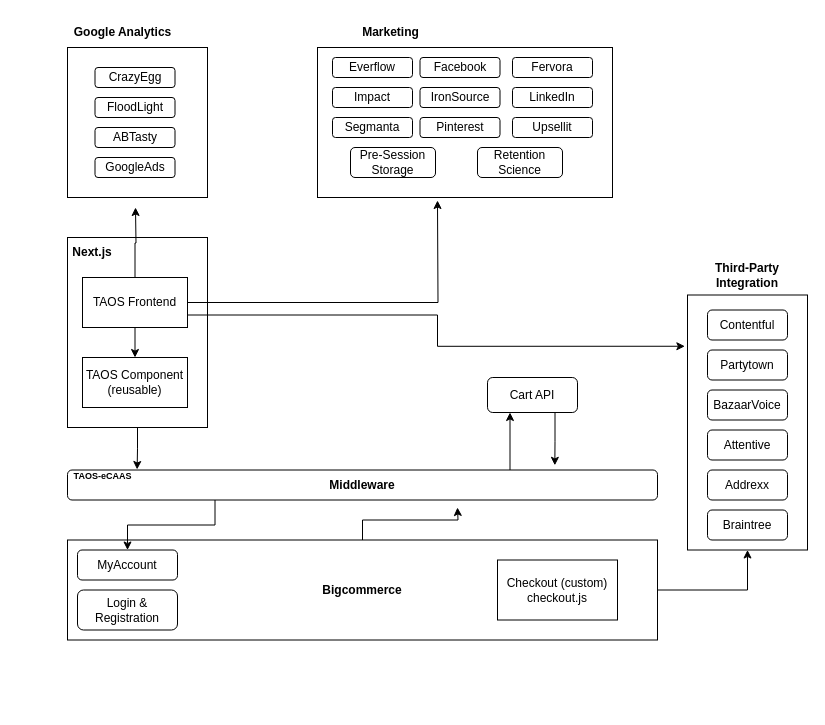
akanksha-61087268/drawio keeps this draw.io diagram as page "TAOS-Existing v2" (2 of 3) of TAOS/TAOS-Existing.drawio. Above is the earlier version. Source tidied: cells renumbered, new cells numbered last; positions are measured from the earlier drawing's top-left corner, leaving out a move shared by most shapes. Both pictures are drawn from the tidied source at 100%, with x=0, y=0 at pixel (62, 17).
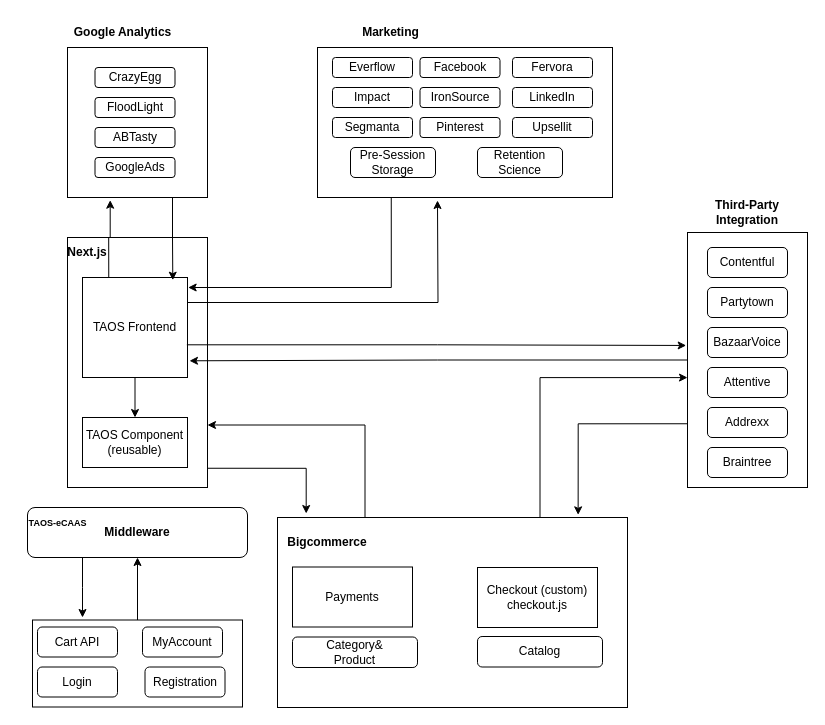
The same diagram, later.

The change refers to these unchanged cells:
```xml
<mxCell id="18" style="rounded=0;whiteSpace=wrap;html=1;" parent="1" vertex="1">
  <mxGeometry x="5" y="30" width="140" height="150" as="geometry" />
</mxCell>
<mxCell id="21" style="rounded=0;whiteSpace=wrap;html=1;" parent="1" vertex="1">
  <mxGeometry x="255" y="30" width="295" height="150" as="geometry" />
</mxCell>
```

Diff of the diagram source:
```diff
@@
     <mxCell id="2" style="rounded=0;whiteSpace=wrap;html=1;" parent="1" vertex="1">
-      <mxGeometry x="5" y="220" width="140" height="190" as="geometry" />
+      <mxGeometry x="5" y="220" width="140" height="250" as="geometry" />
     </mxCell>
-    <mxCell id="3" style="edgeStyle=orthogonalEdgeStyle;rounded=0;jettySize=auto;html=1;exitX=1;exitY=0.5;exitDx=0;exitDy=0;entryX=0.5;entryY=1;entryDx=0;entryDy=0;" parent="1" edge="1" source="5" target="11">
+    <mxCell id="3" style="edgeStyle=orthogonalEdgeStyle;rounded=0;jettySize=auto;html=1;exitX=0.75;exitY=0;exitDx=0;exitDy=0;entryX=0;entryY=0.569;entryDx=0;entryDy=0;entryPerimeter=0;" parent="1" edge="1" source="5" target="11">
       <mxGeometry relative="1" as="geometry" />
     </mxCell>
-    <mxCell id="4" style="edgeStyle=orthogonalEdgeStyle;rounded=0;jettySize=auto;html=1;exitX=0.5;exitY=0;exitDx=0;exitDy=0;" parent="1" edge="1" source="5">
-      <mxGeometry relative="1" as="geometry">
-        <mxPoint x="395" y="490" as="targetPoint" />
-      </mxGeometry>
-    </mxCell>
-    <mxCell id="5" value="&lt;b&gt;Bigcommerce&lt;/b&gt;" style="rounded=0;whiteSpace=wrap;html=1;" parent="1" vertex="1">
-      <mxGeometry x="5" y="522.5" width="590" height="100" as="geometry" />
+    <mxCell id="5" style="rounded=0;whiteSpace=wrap;html=1;" parent="1" vertex="1">
+      <mxGeometry x="215" y="500" width="350" height="190" as="geometry" />
     </mxCell>
-    <mxCell id="6" style="edgeStyle=orthogonalEdgeStyle;rounded=0;jettySize=auto;html=1;exitX=0.75;exitY=0;exitDx=0;exitDy=0;entryX=0.25;entryY=1;entryDx=0;entryDy=0;" parent="1" edge="1" source="8" target="9">
-      <mxGeometry relative="1" as="geometry" />
-    </mxCell>
-    <mxCell id="7" style="edgeStyle=orthogonalEdgeStyle;rounded=0;jettySize=auto;html=1;exitX=0.25;exitY=1;exitDx=0;exitDy=0;entryX=0.5;entryY=0;entryDx=0;entryDy=0;" parent="1" edge="1" source="8" target="38">
-      <mxGeometry relative="1" as="geometry" />
-    </mxCell>
+    <mxCell id="50" style="edgeStyle=orthogonalEdgeStyle;rounded=0;jettySize=auto;html=1;exitX=0.25;exitY=1;exitDx=0;exitDy=0;" parent="1" edge="1" source="8">
+      <mxGeometry relative="1" as="geometry">
+        <mxPoint x="20" y="600" as="targetPoint" />
+      </mxGeometry>
+    </mxCell>
     <mxCell id="8" value="&lt;b&gt;Middleware&lt;/b&gt;" style="rounded=1;whiteSpace=wrap;html=1;" parent="1" vertex="1">
-      <mxGeometry x="5" y="452.5" width="590" height="30" as="geometry" />
+      <mxGeometry x="-35" y="490" width="220" height="50" as="geometry" />
     </mxCell>
-    <mxCell id="9" value="Cart API" style="rounded=1;whiteSpace=wrap;html=1;" parent="1" vertex="1">
-      <mxGeometry x="425" y="360" width="90" height="35" as="geometry" />
-    </mxCell>
     <mxCell id="10" value="Checkout (custom)&lt;br&gt;checkout.js" style="rounded=0;whiteSpace=wrap;html=1;" parent="1" vertex="1">
-      <mxGeometry x="435" y="542.5" width="120" height="60" as="geometry" />
+      <mxGeometry x="415" y="550" width="120" height="60" as="geometry" />
     </mxCell>
     <mxCell id="11" style="rounded=0;whiteSpace=wrap;html=1;" parent="1" vertex="1">
-      <mxGeometry x="625" y="277.5" width="120" height="255" as="geometry" />
+      <mxGeometry x="625" y="215" width="120" height="255" as="geometry" />
     </mxCell>
     <mxCell id="12" value="Contentful" style="rounded=1;whiteSpace=wrap;html=1;" parent="1" vertex="1">
-      <mxGeometry x="645" y="292.5" width="80" height="30" as="geometry" />
+      <mxGeometry x="645" y="230" width="80" height="30" as="geometry" />
     </mxCell>
     <mxCell id="13" value="Partytown" style="rounded=1;whiteSpace=wrap;html=1;" parent="1" vertex="1">
-      <mxGeometry x="645" y="332.5" width="80" height="30" as="geometry" />
+      <mxGeometry x="645" y="270" width="80" height="30" as="geometry" />
     </mxCell>
     <mxCell id="14" value="BazaarVoice" style="rounded=1;whiteSpace=wrap;html=1;" parent="1" vertex="1">
-      <mxGeometry x="645" y="372.5" width="80" height="30" as="geometry" />
+      <mxGeometry x="645" y="310" width="80" height="30" as="geometry" />
     </mxCell>
     <mxCell id="15" value="Attentive" style="rounded=1;whiteSpace=wrap;html=1;" parent="1" vertex="1">
-      <mxGeometry x="645" y="412.5" width="80" height="30" as="geometry" />
+      <mxGeometry x="645" y="350" width="80" height="30" as="geometry" />
     </mxCell>
     <mxCell id="16" value="Addrexx" style="rounded=1;whiteSpace=wrap;html=1;" parent="1" vertex="1">
-      <mxGeometry x="645" y="452.5" width="80" height="30" as="geometry" />
+      <mxGeometry x="645" y="390" width="80" height="30" as="geometry" />
     </mxCell>
     <mxCell id="17" value="Braintree" style="rounded=1;whiteSpace=wrap;html=1;" parent="1" vertex="1">
-      <mxGeometry x="645" y="492.5" width="80" height="30" as="geometry" />
+      <mxGeometry x="645" y="430" width="80" height="30" as="geometry" />
     </mxCell>
@@
+    <mxCell id="51" style="edgeStyle=orthogonalEdgeStyle;rounded=0;jettySize=auto;html=1;exitX=0.25;exitY=1;exitDx=0;exitDy=0;entryX=1.006;entryY=0.1;entryDx=0;entryDy=0;entryPerimeter=0;" parent="1" edge="1" source="21" target="36">
+      <mxGeometry relative="1" as="geometry" />
+    </mxCell>
@@
     <mxCell id="28" value="&lt;b&gt;Third-Party&lt;br&gt;Integration&lt;/b&gt;" style="text;html=1;align=center;verticalAlign=middle;whiteSpace=wrap;rounded=0;" parent="1" vertex="1">
-      <mxGeometry x="625" y="242.5" width="120" height="30" as="geometry" />
+      <mxGeometry x="625" y="180" width="120" height="30" as="geometry" />
     </mxCell>
@@
+    <mxCell id="52" style="edgeStyle=orthogonalEdgeStyle;rounded=0;jettySize=auto;html=1;exitX=0.25;exitY=0;exitDx=0;exitDy=0;entryX=0.305;entryY=1.018;entryDx=0;entryDy=0;entryPerimeter=0;" parent="1" edge="1" source="36" target="18">
+      <mxGeometry relative="1" as="geometry" />
+    </mxCell>
@@
-    <mxCell id="35" style="edgeStyle=orthogonalEdgeStyle;rounded=0;jettySize=auto;html=1;exitX=0.5;exitY=0;exitDx=0;exitDy=0;" parent="1" edge="1" source="36">
-      <mxGeometry relative="1" as="geometry">
-        <mxPoint x="73" y="190" as="targetPoint" />
-      </mxGeometry>
-    </mxCell>
     <mxCell id="36" value="TAOS Frontend" style="rounded=0;whiteSpace=wrap;html=1;" parent="1" vertex="1">
-      <mxGeometry x="20" y="260" width="105" height="50" as="geometry" />
+      <mxGeometry x="20" y="260" width="105" height="100" as="geometry" />
     </mxCell>
     <mxCell id="37" value="TAOS Component&lt;br&gt;(reusable)" style="rounded=0;whiteSpace=wrap;html=1;" parent="1" vertex="1">
-      <mxGeometry x="20" y="340" width="105" height="50" as="geometry" />
+      <mxGeometry x="20" y="400" width="105" height="50" as="geometry" />
     </mxCell>
-    <mxCell id="38" value="MyAccount" style="rounded=1;whiteSpace=wrap;html=1;" parent="1" vertex="1">
-      <mxGeometry x="15" y="532.5" width="100" height="30" as="geometry" />
-    </mxCell>
-    <mxCell id="39" value="Login &amp;amp; Registration" style="rounded=1;whiteSpace=wrap;html=1;" parent="1" vertex="1">
-      <mxGeometry x="15" y="572.5" width="100" height="40" as="geometry" />
-    </mxCell>
     <mxCell id="40" value="&lt;font style=&quot;font-size: 9px;&quot;&gt;&lt;b&gt;TAOS-eCAAS&lt;/b&gt;&lt;/font&gt;" style="text;html=1;align=center;verticalAlign=middle;strokeColor=none;fillColor=none;" parent="1" vertex="1">
-      <mxGeometry y="442.5" width="80" height="30" as="geometry" />
+      <mxGeometry x="-45" y="490" width="80" height="30" as="geometry" />
     </mxCell>
-    <mxCell id="41" style="edgeStyle=orthogonalEdgeStyle;rounded=0;jettySize=auto;html=1;exitX=1;exitY=0.5;exitDx=0;exitDy=0;" parent="1" edge="1" source="36">
+    <mxCell id="41" style="edgeStyle=orthogonalEdgeStyle;rounded=0;jettySize=auto;html=1;exitX=1;exitY=0.25;exitDx=0;exitDy=0;" parent="1" edge="1" source="36">
       <mxGeometry relative="1" as="geometry">
         <mxPoint x="375" y="183" as="targetPoint" />
       </mxGeometry>
     </mxCell>
-    <mxCell id="42" style="edgeStyle=orthogonalEdgeStyle;rounded=0;jettySize=auto;html=1;exitX=0.75;exitY=1;exitDx=0;exitDy=0;entryX=0.826;entryY=-0.156;entryDx=0;entryDy=0;entryPerimeter=0;" parent="1" edge="1" source="9" target="8">
-      <mxGeometry relative="1" as="geometry" />
-    </mxCell>
     <mxCell id="43" value="&lt;b&gt;Next.js&lt;/b&gt;" style="text;html=1;align=center;verticalAlign=middle;whiteSpace=wrap;rounded=0;" parent="1" vertex="1">
-      <mxGeometry y="220" width="60" height="30" as="geometry" />
+      <mxGeometry x="-5" y="220" width="60" height="30" as="geometry" />
     </mxCell>
@@
-    <mxCell id="48" style="edgeStyle=orthogonalEdgeStyle;rounded=0;jettySize=auto;html=1;exitX=0.5;exitY=1;exitDx=0;exitDy=0;entryX=0.118;entryY=-0.017;entryDx=0;entryDy=0;entryPerimeter=0;" parent="1" edge="1" source="2" target="8">
-      <mxGeometry relative="1" as="geometry" />
-    </mxCell>
+    <mxCell id="53" style="rounded=0;whiteSpace=wrap;html=1;" parent="1" vertex="1">
+      <mxGeometry x="-30" y="602.5" width="210" height="87" as="geometry" />
+    </mxCell>
+    <mxCell id="9" value="Cart API" style="rounded=1;whiteSpace=wrap;html=1;" parent="1" vertex="1">
+      <mxGeometry x="-25" y="609.5" width="80" height="30" as="geometry" />
+    </mxCell>
+    <mxCell id="54" value="Login" style="rounded=1;whiteSpace=wrap;html=1;" parent="1" vertex="1">
+      <mxGeometry x="-25" y="649.5" width="80" height="30" as="geometry" />
+    </mxCell>
+    <mxCell id="55" value="Registration" style="rounded=1;whiteSpace=wrap;html=1;" parent="1" vertex="1">
+      <mxGeometry x="82.5" y="649.5" width="80" height="30" as="geometry" />
+    </mxCell>
+    <mxCell id="38" value="MyAccount" style="rounded=1;whiteSpace=wrap;html=1;" parent="1" vertex="1">
+      <mxGeometry x="80" y="609.5" width="80" height="30" as="geometry" />
+    </mxCell>
+    <mxCell id="56" style="edgeStyle=orthogonalEdgeStyle;rounded=0;jettySize=auto;html=1;exitX=0.5;exitY=0;exitDx=0;exitDy=0;entryX=0.5;entryY=1;entryDx=0;entryDy=0;" parent="1" edge="1" source="53" target="8">
+      <mxGeometry relative="1" as="geometry" />
+    </mxCell>
+    <mxCell id="57" style="edgeStyle=orthogonalEdgeStyle;rounded=0;jettySize=auto;html=1;exitX=0.25;exitY=0;exitDx=0;exitDy=0;entryX=1;entryY=0.75;entryDx=0;entryDy=0;" parent="1" edge="1" source="5" target="2">
+      <mxGeometry relative="1" as="geometry" />
+    </mxCell>
+    <mxCell id="58" style="edgeStyle=orthogonalEdgeStyle;rounded=0;jettySize=auto;html=1;exitX=1;exitY=0.923;exitDx=0;exitDy=0;entryX=0.082;entryY=-0.021;entryDx=0;entryDy=0;entryPerimeter=0;exitPerimeter=0;" parent="1" edge="1" source="2" target="5">
+      <mxGeometry relative="1" as="geometry" />
+    </mxCell>
+    <mxCell id="59" value="&lt;b&gt;Bigcommerce&lt;/b&gt;" style="text;html=1;align=center;verticalAlign=middle;whiteSpace=wrap;rounded=0;" parent="1" vertex="1">
+      <mxGeometry x="235" y="510" width="60" height="30" as="geometry" />
+    </mxCell>
+    <mxCell id="60" value="Payments" style="rounded=0;whiteSpace=wrap;html=1;" parent="1" vertex="1">
+      <mxGeometry x="230" y="549.5" width="120" height="60" as="geometry" />
+    </mxCell>
+    <mxCell id="61" style="edgeStyle=orthogonalEdgeStyle;rounded=0;jettySize=auto;html=1;exitX=0.75;exitY=1;exitDx=0;exitDy=0;entryX=0.86;entryY=0.027;entryDx=0;entryDy=0;entryPerimeter=0;" parent="1" edge="1" source="18" target="36">
+      <mxGeometry relative="1" as="geometry" />
+    </mxCell>
+    <mxCell id="62" style="edgeStyle=orthogonalEdgeStyle;rounded=0;jettySize=auto;html=1;exitX=0;exitY=0.75;exitDx=0;exitDy=0;entryX=0.859;entryY=-0.014;entryDx=0;entryDy=0;entryPerimeter=0;" parent="1" edge="1" source="11" target="5">
+      <mxGeometry relative="1" as="geometry" />
+    </mxCell>
-    <mxCell id="49" style="edgeStyle=orthogonalEdgeStyle;rounded=0;jettySize=auto;html=1;exitX=1;exitY=0.75;exitDx=0;exitDy=0;entryX=-0.022;entryY=0.201;entryDx=0;entryDy=0;entryPerimeter=0;" parent="1" edge="1" source="36" target="11">
+    <mxCell id="49" style="edgeStyle=orthogonalEdgeStyle;rounded=0;jettySize=auto;html=1;exitX=0.994;exitY=0.673;exitDx=0;exitDy=0;exitPerimeter=0;entryX=-0.011;entryY=0.443;entryDx=0;entryDy=0;entryPerimeter=0;" parent="1" edge="1" source="36" target="11">
       <mxGeometry relative="1" as="geometry" />
     </mxCell>
+    <mxCell id="63" style="edgeStyle=orthogonalEdgeStyle;rounded=0;jettySize=auto;html=1;exitX=0;exitY=0.5;exitDx=0;exitDy=0;entryX=1.019;entryY=0.833;entryDx=0;entryDy=0;entryPerimeter=0;" parent="1" edge="1" source="11" target="36">
+      <mxGeometry relative="1" as="geometry" />
+    </mxCell>
+    <mxCell id="64" value="Category&amp;amp;&lt;br&gt;Product" style="rounded=1;whiteSpace=wrap;html=1;" parent="1" vertex="1">
+      <mxGeometry x="230" y="619.5" width="125" height="30.5" as="geometry" />
+    </mxCell>
+    <mxCell id="65" value="Catalog" style="rounded=1;whiteSpace=wrap;html=1;" parent="1" vertex="1">
+      <mxGeometry x="415" y="619" width="125" height="30.5" as="geometry" />
+    </mxCell>
```
